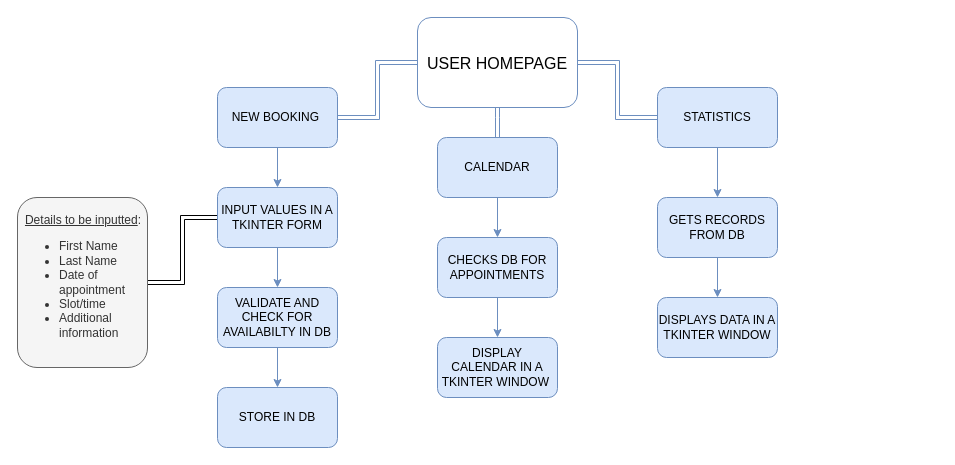
Above: user decomposition.drawio in B34427/ComputingProject (draw.io), before the change. Source tidied: cells renumbered, new cells numbered last; positions are measured from the earlier drawing's top-left corner, leaving out a move shared by most shapes. Both pictures are drawn from the tidied source at 100%, with x=0, y=0 at pixel (17, 17).
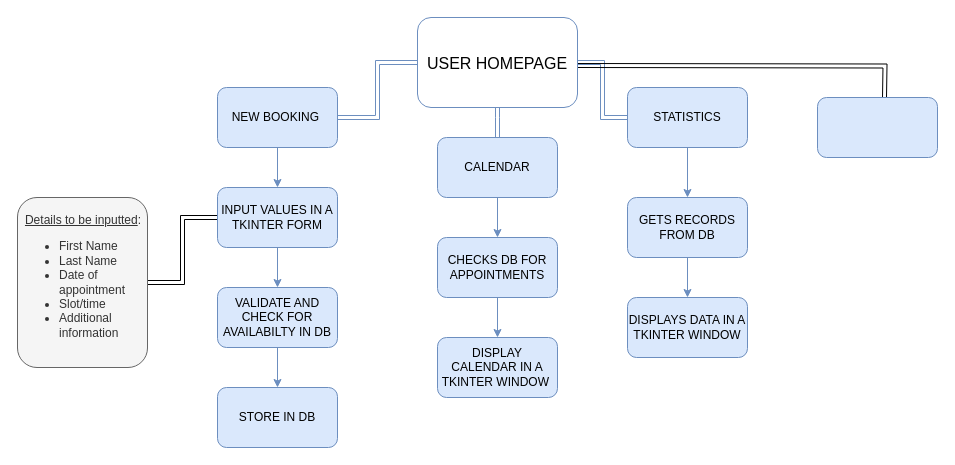
After the change.

Diff of the diagram source:
```diff
@@
+    <mxCell id="25" style="rounded=0;orthogonalLoop=1;jettySize=auto;html=1;shape=link;elbow=vertical;edgeStyle=orthogonalEdgeStyle;entryX=0.558;entryY=-0.05;entryDx=0;entryDy=0;entryPerimeter=0;" parent="1" edge="1">
+      <mxGeometry relative="1" as="geometry">
+        <mxPoint x="560" y="48" as="sourcePoint" />
+        <mxPoint x="867" y="80" as="targetPoint" />
+      </mxGeometry>
+    </mxCell>
@@
     <mxCell id="9" value="STATISTICS" style="whiteSpace=wrap;html=1;rounded=1;fillColor=#dae8fc;strokeColor=#6c8ebf;" parent="1" vertex="1">
-      <mxGeometry x="640" y="70" width="120" height="60" as="geometry" />
+      <mxGeometry x="610" y="70" width="120" height="60" as="geometry" />
     </mxCell>
@@
     <mxCell id="22" value="GETS RECORDS FROM DB" style="whiteSpace=wrap;html=1;rounded=1;fillColor=#dae8fc;strokeColor=#6c8ebf;" parent="1" vertex="1">
-      <mxGeometry x="640" y="180" width="120" height="60" as="geometry" />
+      <mxGeometry x="610" y="180" width="120" height="60" as="geometry" />
     </mxCell>
     <mxCell id="23" value="DISPLAYS DATA IN A TKINTER WINDOW" style="whiteSpace=wrap;html=1;rounded=1;fillColor=#dae8fc;strokeColor=#6c8ebf;" parent="1" vertex="1">
-      <mxGeometry x="640" y="280" width="120" height="60" as="geometry" />
+      <mxGeometry x="610" y="280" width="120" height="60" as="geometry" />
     </mxCell>
@@
+    <mxCell id="26" style="whiteSpace=wrap;html=1;fontSize=16;fillColor=#dae8fc;strokeColor=#6c8ebf;rounded=1;" parent="1" vertex="1">
+      <mxGeometry x="800" y="80" width="120" height="60" as="geometry" />
+    </mxCell>
```
